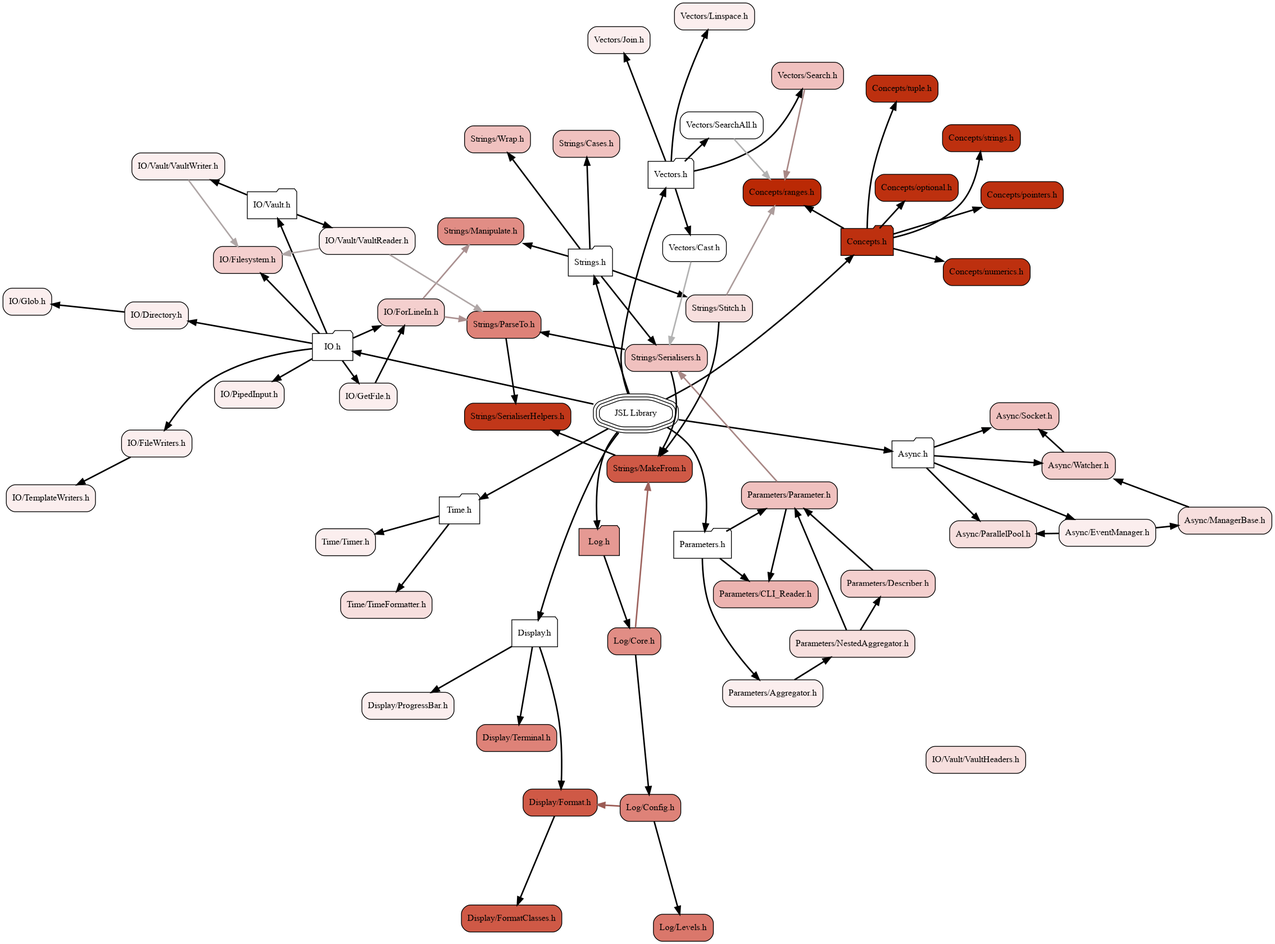
Before: docs/visualiser/heatmap.png, a diagram exported from Graphviz (DrFraserGovil/JSL). Its source is kept beside it as docs/visualiser/heatmap.dot.
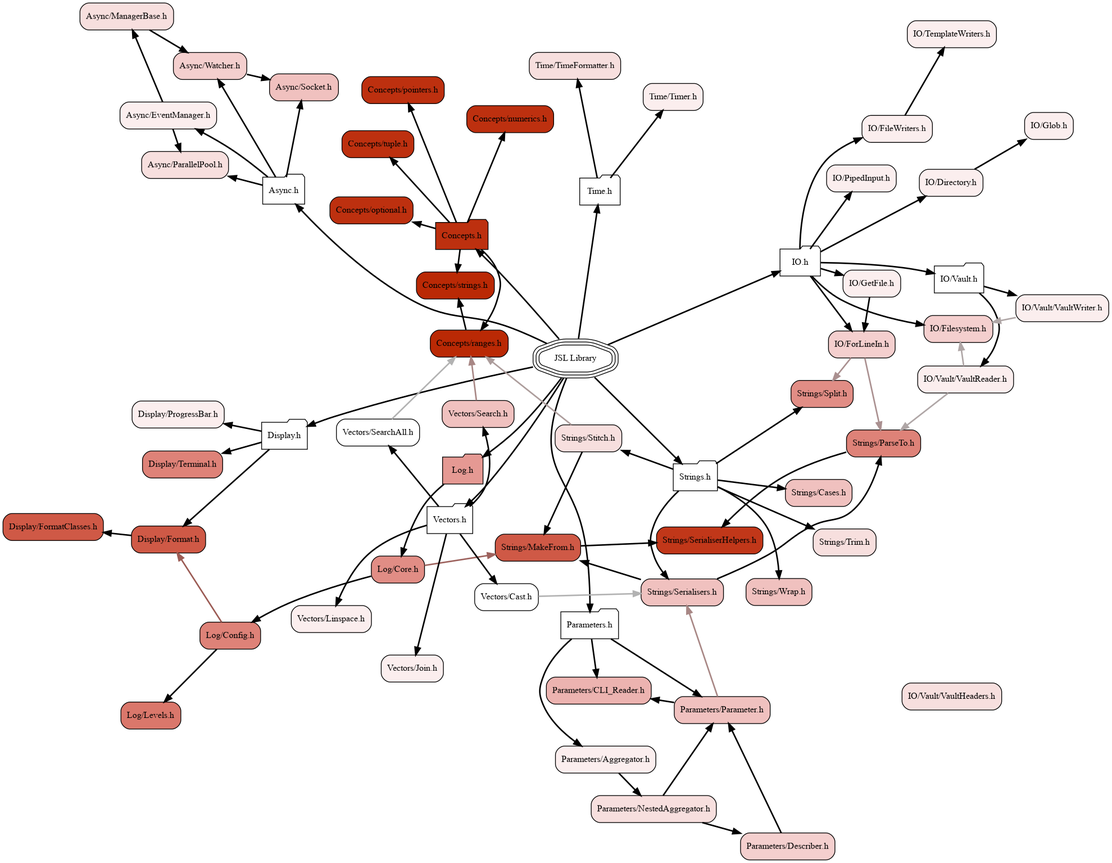
Later version of the same file.

Change to the diagram source:
```diff
@@ -20,7 +20,7 @@
 	node[fillcolor="#bd300f", style="rounded,filled", shape=box, color="black"] "Concepts/optional.h"             [label="Concepts/optional.h"]
 	node[fillcolor="#bd300f", style="rounded,filled", shape=box, color="black"] "Concepts/pointers.h"             [label="Concepts/pointers.h"]
 	node[fillcolor="#ba2905", style="rounded,filled", shape=box, color="black"] "Concepts/ranges.h"               [label="Concepts/ranges.h"]
-	node[fillcolor="#bd300f", style="rounded,filled", shape=box, color="black"] "Concepts/strings.h"              [label="Concepts/strings.h"]
+	node[fillcolor="#ba2905", style="rounded,filled", shape=box, color="black"] "Concepts/strings.h"              [label="Concepts/strings.h"]
 	node[fillcolor="#bd300f", style="rounded,filled", shape=box, color="black"] "Concepts/tuple.h"                [label="Concepts/tuple.h"]
 	node[fillcolor="#ffffff", style="rounded,filled", shape=folder, color="black"] "Display.h"                       [label="Display.h"]
 	node[fillcolor="#cf5946", style="rounded,filled", shape=box, color="black"] "Display/Format.h"                [label="Display/Format.h"]
@@ -53,11 +53,12 @@
 	node[fillcolor="#ffffff", style="rounded,filled", shape=folder, color="black"] "Strings.h"                       [label="Strings.h"]
 	node[fillcolor="#f0c1bf", style="rounded,filled", shape=box, color="black"] "Strings/Cases.h"                 [label="Strings/Cases.h"]
 	node[fillcolor="#cf5946", style="rounded,filled", shape=box, color="black"] "Strings/MakeFrom.h"              [label="Strings/MakeFrom.h"]
-	node[fillcolor="#e18d85", style="rounded,filled", shape=box, color="black"] "Strings/Manipulate.h"            [label="Strings/Manipulate.h"]
 	node[fillcolor="#de8278", style="rounded,filled", shape=box, color="black"] "Strings/ParseTo.h"               [label="Strings/ParseTo.h"]
 	node[fillcolor="#c13719", style="rounded,filled", shape=box, color="black"] "Strings/SerialiserHelpers.h"     [label="Strings/SerialiserHelpers.h"]
 	node[fillcolor="#f0c1bf", style="rounded,filled", shape=box, color="black"] "Strings/Serialisers.h"           [label="Strings/Serialisers.h"]
+	node[fillcolor="#e18d85", style="rounded,filled", shape=box, color="black"] "Strings/Split.h"                 [label="Strings/Split.h"]
 	node[fillcolor="#f7dfde", style="rounded,filled", shape=box, color="black"] "Strings/Stitch.h"                [label="Strings/Stitch.h"]
+	node[fillcolor="#f7dfde", style="rounded,filled", shape=box, color="black"] "Strings/Trim.h"                  [label="Strings/Trim.h"]
 	node[fillcolor="#f0c1bf", style="rounded,filled", shape=box, color="black"] "Strings/Wrap.h"                  [label="Strings/Wrap.h"]
 	node[fillcolor="#ffffff", style="rounded,filled", shape=folder, color="black"] "Time.h"                          [label="Time.h"]
 	node[fillcolor="#f7dfde", style="rounded,filled", shape=box, color="black"] "Time/TimeFormatter.h"            [label="Time/TimeFormatter.h"]
@@ -69,14 +70,14 @@
 	node[fillcolor="#f0c1bf", style="rounded,filled", shape=box, color="black"] "Vectors/Search.h"                [label="Vectors/Search.h"]
 	node[fillcolor="#ffffff", style="rounded,filled", shape=box, color="black"] "Vectors/SearchAll.h"             [label="Vectors/SearchAll.h"]
 	"JSL.h"                           -> "IO.h"[weight=10000,penwidth=2]
+	"JSL.h"                           -> "Log.h"[weight=10000,penwidth=2]
+	"JSL.h"                           -> "Time.h"[weight=10000,penwidth=2]
+	"JSL.h"                           -> "Async.h"[weight=10000,penwidth=2]
+	"JSL.h"                           -> "Vectors.h"[weight=10000,penwidth=2]
 	"JSL.h"                           -> "Strings.h"[weight=10000,penwidth=2]
-	"JSL.h"                           -> "Time.h"[weight=10000,penwidth=2]
 	"JSL.h"                           -> "Concepts.h"[weight=10000,penwidth=2]
 	"JSL.h"                           -> "Display.h"[weight=10000,penwidth=2]
-	"JSL.h"                           -> "Vectors.h"[weight=10000,penwidth=2]
 	"JSL.h"                           -> "Parameters.h"[weight=10000,penwidth=2]
-	"JSL.h"                           -> "Log.h"[weight=10000,penwidth=2]
-	"JSL.h"                           -> "Async.h"[weight=10000,penwidth=2]
 	"Async.h"                         -> "Async/Socket.h"[weight=10000,penwidth=2]
 	"Async.h"                         -> "Async/Watcher.h"[weight=10000,penwidth=2]
 	"Async.h"                         -> "Async/EventManager.h"[weight=10000,penwidth=2]
@@ -85,27 +86,28 @@
 	"Async/EventManager.h"            -> "Async/ParallelPool.h"[weight=10000,penwidth=2]
 	"Async/ManagerBase.h"             -> "Async/Watcher.h"[weight=10000,penwidth=2]
 	"Async/Watcher.h"                 -> "Async/Socket.h"[weight=10000,penwidth=2]
+	"Concepts.h"                      -> "Concepts/ranges.h"[weight=10000,penwidth=2]
+	"Concepts.h"                      -> "Concepts/pointers.h"[weight=10000,penwidth=2]
 	"Concepts.h"                      -> "Concepts/numerics.h"[weight=10000,penwidth=2]
+	"Concepts.h"                      -> "Concepts/optional.h"[weight=10000,penwidth=2]
 	"Concepts.h"                      -> "Concepts/strings.h"[weight=10000,penwidth=2]
-	"Concepts.h"                      -> "Concepts/optional.h"[weight=10000,penwidth=2]
 	"Concepts.h"                      -> "Concepts/tuple.h"[weight=10000,penwidth=2]
-	"Concepts.h"                      -> "Concepts/pointers.h"[weight=10000,penwidth=2]
-	"Concepts.h"                      -> "Concepts/ranges.h"[weight=10000,penwidth=2]
-	"Display.h"                       -> "Display/Terminal.h"[weight=10000,penwidth=2]
+	"Concepts/ranges.h"               -> "Concepts/strings.h"[weight=10000,penwidth=2]
 	"Display.h"                       -> "Display/ProgressBar.h"[weight=10000,penwidth=2]
 	"Display.h"                       -> "Display/Format.h"[weight=10000,penwidth=2]
+	"Display.h"                       -> "Display/Terminal.h"[weight=10000,penwidth=2]
 	"Display/Format.h"                -> "Display/FormatClasses.h"[weight=10000,penwidth=2]
+	"IO.h"                            -> "IO/ForLineIn.h"[weight=10000,penwidth=2]
+	"IO.h"                            -> "IO/FileWriters.h"[weight=10000,penwidth=2]
 	"IO.h"                            -> "IO/Directory.h"[weight=10000,penwidth=2]
-	"IO.h"                            -> "IO/ForLineIn.h"[weight=10000,penwidth=2]
+	"IO.h"                            -> "IO/Filesystem.h"[weight=10000,penwidth=2]
 	"IO.h"                            -> "IO/Vault.h"[weight=10000,penwidth=2]
-	"IO.h"                            -> "IO/Filesystem.h"[weight=10000,penwidth=2]
+	"IO.h"                            -> "IO/PipedInput.h"[weight=10000,penwidth=2]
 	"IO.h"                            -> "IO/GetFile.h"[weight=10000,penwidth=2]
-	"IO.h"                            -> "IO/PipedInput.h"[weight=10000,penwidth=2]
-	"IO.h"                            -> "IO/FileWriters.h"[weight=10000,penwidth=2]
 	"IO/Directory.h"                  -> "IO/Glob.h"[weight=10000,penwidth=2]
 	"IO/FileWriters.h"                -> "IO/TemplateWriters.h"[weight=10000,penwidth=2]
+	"IO/ForLineIn.h"                  -> "Strings/Split.h"[constraint=false,weight=0,penwidth=2,color="#aa9090"]
 	"IO/ForLineIn.h"                  -> "Strings/ParseTo.h"[constraint=true,weight=0,penwidth=2,color="#aa9090"]
-	"IO/ForLineIn.h"                  -> "Strings/Manipulate.h"[constraint=false,weight=0,penwidth=2,color="#aa9090"]
 	"IO/GetFile.h"                    -> "IO/ForLineIn.h"[weight=10000,penwidth=2]
 	"IO/Vault.h"                      -> "IO/Vault/VaultWriter.h"[weight=10000,penwidth=2]
 	"IO/Vault.h"                      -> "IO/Vault/VaultReader.h"[weight=10000,penwidth=2]
@@ -113,13 +115,13 @@
 	"IO/Vault/VaultReader.h"          -> "IO/Filesystem.h"[constraint=true,weight=0,penwidth=2,color="#afa6a6"]
 	"IO/Vault/VaultWriter.h"          -> "IO/Filesystem.h"[constraint=true,weight=0,penwidth=2,color="#afa6a6"]
 	"Log.h"                           -> "Log/Core.h"[weight=10000,penwidth=2]
+	"Log/Config.h"                    -> "Log/Levels.h"[weight=10000,penwidth=2]
 	"Log/Config.h"                    -> "Display/Format.h"[constraint=true,weight=0,penwidth=2,color="#9b5b54"]
-	"Log/Config.h"                    -> "Log/Levels.h"[weight=10000,penwidth=2]
+	"Log/Core.h"                      -> "Log/Config.h"[weight=10000,penwidth=2]
 	"Log/Core.h"                      -> "Strings/MakeFrom.h"[constraint=true,weight=0,penwidth=2,color="#9d625d"]
-	"Log/Core.h"                      -> "Log/Config.h"[weight=10000,penwidth=2]
-	"Parameters.h"                    -> "Parameters/Parameter.h"[weight=10000,penwidth=2]
 	"Parameters.h"                    -> "Parameters/Aggregator.h"[weight=10000,penwidth=2]
 	"Parameters.h"                    -> "Parameters/CLI_Reader.h"[weight=10000,penwidth=2]
+	"Parameters.h"                    -> "Parameters/Parameter.h"[weight=10000,penwidth=2]
 	"Parameters/Aggregator.h"         -> "Parameters/NestedAggregator.h"[weight=10000,penwidth=2]
 	"Parameters/Describer.h"          -> "Parameters/Parameter.h"[weight=10000,penwidth=2]
 	"Parameters/NestedAggregator.h"   -> "Parameters/Parameter.h"[weight=10000,penwidth=2]
@@ -128,15 +130,16 @@
 	"Parameters/Parameter.h"          -> "Strings/Serialisers.h"[constraint=false,weight=0,penwidth=2,color="#a88785"]
 	"Strings.h"                       -> "Strings/Serialisers.h"[weight=10000,penwidth=2]
 	"Strings.h"                       -> "Strings/Cases.h"[weight=10000,penwidth=2]
-	"Strings.h"                       -> "Strings/Manipulate.h"[weight=10000,penwidth=2]
+	"Strings.h"                       -> "Strings/Split.h"[weight=10000,penwidth=2]
 	"Strings.h"                       -> "Strings/Stitch.h"[weight=10000,penwidth=2]
+	"Strings.h"                       -> "Strings/Trim.h"[weight=10000,penwidth=2]
 	"Strings.h"                       -> "Strings/Wrap.h"[weight=10000,penwidth=2]
 	"Strings/MakeFrom.h"              -> "Strings/SerialiserHelpers.h"[weight=10000,penwidth=2]
 	"Strings/ParseTo.h"               -> "Strings/SerialiserHelpers.h"[weight=10000,penwidth=2]
+	"Strings/Serialisers.h"           -> "Strings/ParseTo.h"[weight=10000,penwidth=2]
 	"Strings/Serialisers.h"           -> "Strings/MakeFrom.h"[weight=10000,penwidth=2]
-	"Strings/Serialisers.h"           -> "Strings/ParseTo.h"[weight=10000,penwidth=2]
+	"Strings/Stitch.h"                -> "Concepts/ranges.h"[constraint=false,weight=0,penwidth=2,color="#ac9c9b"]
 	"Strings/Stitch.h"                -> "Strings/MakeFrom.h"[weight=10000,penwidth=2]
-	"Strings/Stitch.h"                -> "Concepts/ranges.h"[constraint=false,weight=0,penwidth=2,color="#ac9c9b"]
 	"Time.h"                          -> "Time/Timer.h"[weight=10000,penwidth=2]
 	"Time.h"                          -> "Time/TimeFormatter.h"[weight=10000,penwidth=2]
 	"Vectors.h"                       -> "Vectors/Cast.h"[weight=10000,penwidth=2]
```
